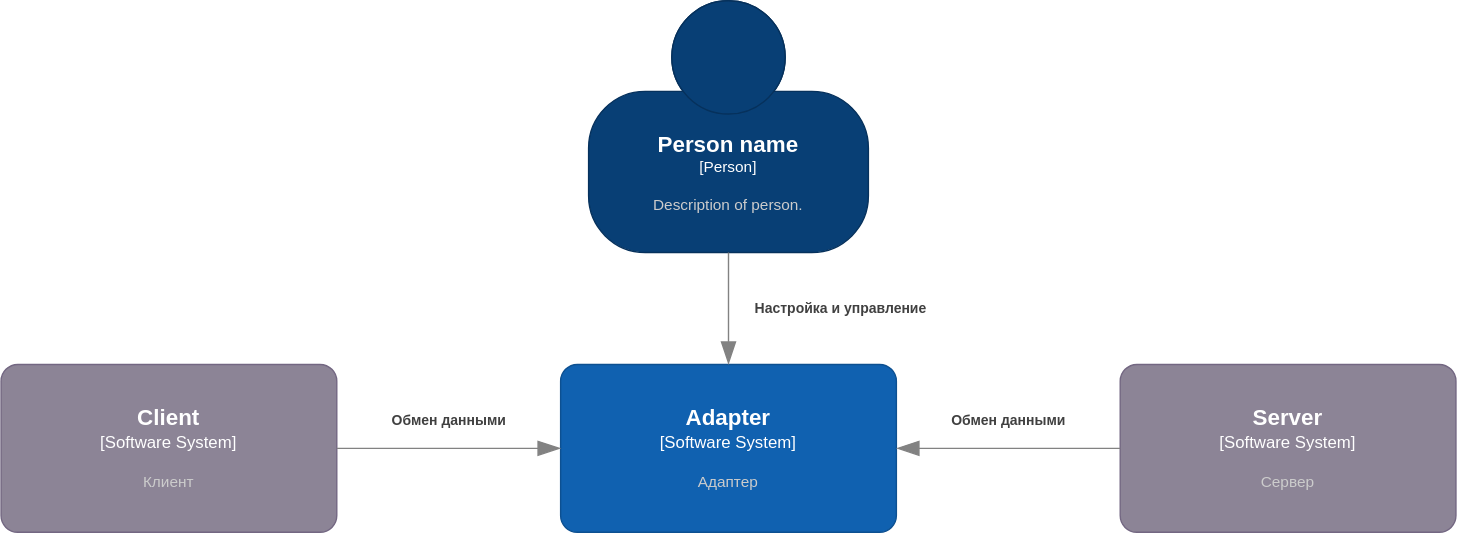
OmarovAmir/otus keeps this draw.io diagram as diagrams/SystemContextDiagram.svg. Above is the earlier version. Source tidied: cells renumbered, new cells last; positions are measured from the earlier drawing's top-left corner, leaving out a move shared by most shapes.
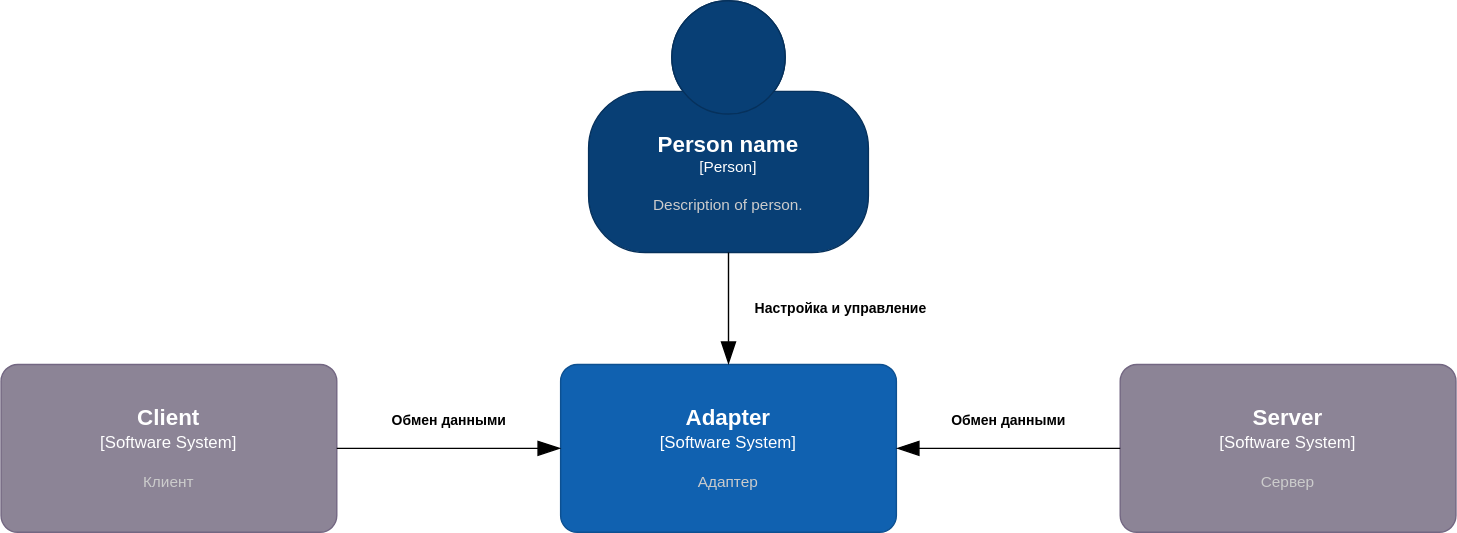
Later version of the same file.

The edit, as a diff of the source:
```diff
@@ -18,12 +18,12 @@
       </mxCell>
     </object>
     <object id="5" label="&lt;div style=&quot;text-align: left&quot;&gt;&lt;div style=&quot;text-align: center&quot;&gt;&lt;b&gt;%c4Description%&lt;/b&gt;&lt;/div&gt;&lt;/div&gt;" c4Description="Обмен данными" c4Type="Relationship" placeholders="1">
-      <mxCell style="endArrow=blockThin;html=1;fontSize=10;fontColor=#404040;strokeWidth=1;endFill=1;strokeColor=#828282;elbow=vertical;endSize=14;startSize=14;jumpStyle=arc;jumpSize=16;rounded=0;edgeStyle=orthogonalEdgeStyle;exitX=1;exitY=0.5;exitDx=0;exitDy=0;exitPerimeter=0;entryX=0;entryY=0.5;entryDx=0;entryDy=0;entryPerimeter=0;startArrow=none;startFill=0;labelBackgroundColor=none;" parent="1" edge="1" source="2" target="3">
+      <mxCell style="endArrow=blockThin;html=1;fontSize=10;fontColor=#000000;strokeWidth=1;endFill=1;strokeColor=#000000;elbow=vertical;endSize=14;startSize=14;jumpStyle=arc;jumpSize=16;rounded=0;edgeStyle=orthogonalEdgeStyle;exitX=1;exitY=0.5;exitDx=0;exitDy=0;exitPerimeter=0;entryX=0;entryY=0.5;entryDx=0;entryDy=0;entryPerimeter=0;startArrow=none;startFill=0;labelBackgroundColor=none;" parent="1" edge="1" source="2" target="3">
         <mxGeometry y="20" relative="1" as="geometry" />
       </mxCell>
     </object>
     <object id="6" label="&lt;div style=&quot;text-align: left&quot;&gt;&lt;div style=&quot;text-align: center&quot;&gt;&lt;b&gt;%c4Description%&lt;/b&gt;&lt;/div&gt;&lt;/div&gt;" c4Description="Обмен данными" c4Type="Relationship" placeholders="1">
-      <mxCell style="endArrow=none;html=1;fontSize=10;fontColor=#404040;strokeWidth=1;endFill=0;strokeColor=#828282;elbow=vertical;endSize=14;startSize=14;jumpStyle=arc;jumpSize=16;rounded=0;edgeStyle=orthogonalEdgeStyle;entryX=0;entryY=0.5;entryDx=0;entryDy=0;entryPerimeter=0;exitX=1;exitY=0.5;exitDx=0;exitDy=0;exitPerimeter=0;startArrow=blockThin;startFill=1;labelBackgroundColor=none;" parent="1" edge="1" source="3" target="4">
+      <mxCell style="endArrow=none;html=1;fontSize=10;fontColor=#000000;strokeWidth=1;endFill=0;strokeColor=#000000;elbow=vertical;endSize=14;startSize=14;jumpStyle=arc;jumpSize=16;rounded=0;edgeStyle=orthogonalEdgeStyle;entryX=0;entryY=0.5;entryDx=0;entryDy=0;entryPerimeter=0;exitX=1;exitY=0.5;exitDx=0;exitDy=0;exitPerimeter=0;startArrow=blockThin;startFill=1;labelBackgroundColor=none;" parent="1" edge="1" source="3" target="4">
         <mxGeometry y="20" relative="1" as="geometry" />
       </mxCell>
     </object>
@@ -33,7 +33,7 @@
       </mxCell>
     </object>
     <object id="8" label="&lt;div style=&quot;text-align: left&quot;&gt;&lt;div style=&quot;text-align: center&quot;&gt;&lt;b&gt;%c4Description%&lt;/b&gt;&lt;/div&gt;&lt;/div&gt;" c4Description="Настройка и управление" c4Type="Relationship" placeholders="1">
-      <mxCell style="endArrow=blockThin;html=1;fontSize=10;fontColor=#404040;strokeWidth=1;endFill=1;strokeColor=#828282;elbow=vertical;endSize=14;startSize=14;jumpStyle=arc;jumpSize=16;rounded=0;edgeStyle=orthogonalEdgeStyle;exitX=0.5;exitY=1;exitDx=0;exitDy=0;exitPerimeter=0;entryX=0.5;entryY=0;entryDx=0;entryDy=0;entryPerimeter=0;labelBackgroundColor=none;" parent="1" edge="1" source="7" target="3">
+      <mxCell style="endArrow=blockThin;html=1;fontSize=10;fontColor=#000000;strokeWidth=1;endFill=1;strokeColor=#000000;elbow=vertical;endSize=14;startSize=14;jumpStyle=arc;jumpSize=16;rounded=0;edgeStyle=orthogonalEdgeStyle;exitX=0.5;exitY=1;exitDx=0;exitDy=0;exitPerimeter=0;entryX=0.5;entryY=0;entryDx=0;entryDy=0;entryPerimeter=0;labelBackgroundColor=none;" parent="1" edge="1" source="7" target="3">
         <mxGeometry y="80" relative="1" as="geometry" />
       </mxCell>
     </object>
```
